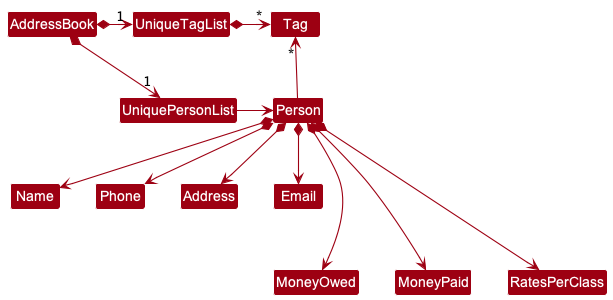
Above: docs/images/DG-images/BetterModelClassDiagram.png in nus-cs2103-AY2223S1/tp (PlantUML), before the change.
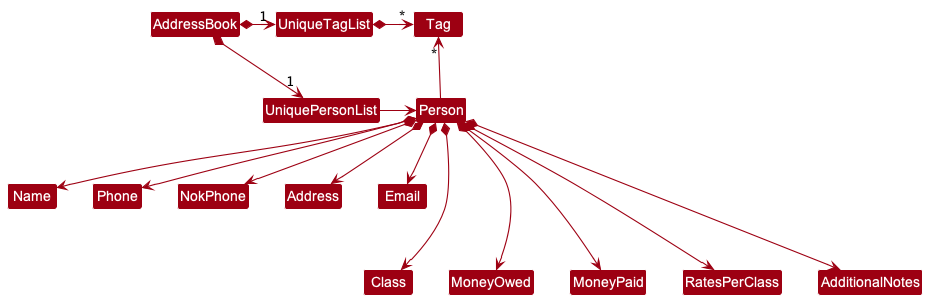
After the commit.

Commit message:
Include more fields into diagrams

The edit, as a diff of the source:
```diff
@@ -16,16 +16,22 @@
 
 Person *--> Name
 Person *--> Phone
+Person *--> NokPhone
 Person *--> Email
 Person *--> Address
+Person *--> Class
 Person *--> MoneyOwed
 Person *--> MoneyPaid
 Person *--> RatesPerClass
+Person *--> AdditionalNotes
 
 Name -[hidden]right-> Phone
-Phone -[hidden]right-> Address
+Phone -[hidden]right-> NokPhone
+NokPhone -[hidden]right-> Address
 Address -[hidden]right-> Email
-Name -[hidden]down-> MoneyOwed
+Name -[hidden]down-> Class
+Class -[hidden]right-> MoneyOwed
 MoneyOwed -[hidden]right-> MoneyPaid
 MoneyPaid -[hidden]right-> RatesPerClass
+RatesPerClass -[hidden]right-> AdditionalNotes
 @enduml
```
